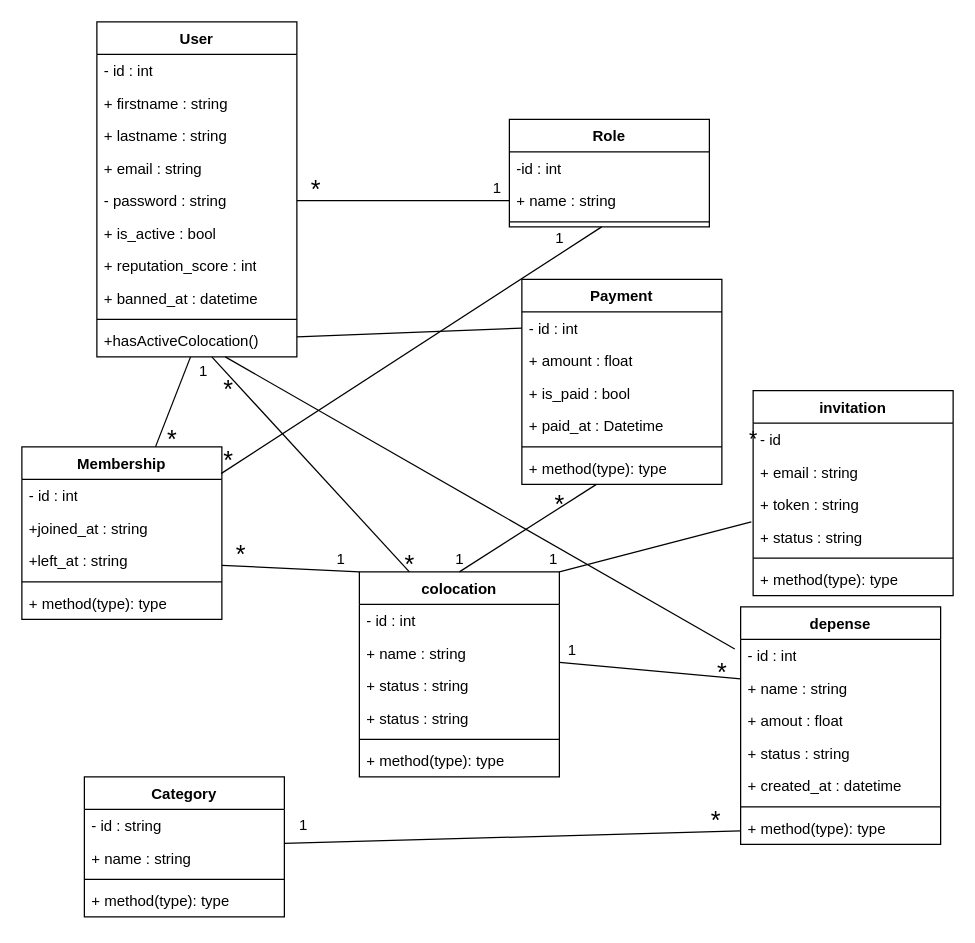
Earlier version of the draw.io diagram UML/class.drawio (selomrani/EasyColoc). Source tidied: cells renumbered, new cells numbered last; positions are measured from the earlier drawing's top-left corner, leaving out a move shared by most shapes. Both pictures are drawn from the tidied source at 125%, with x=0, y=0 at pixel (21, 21).
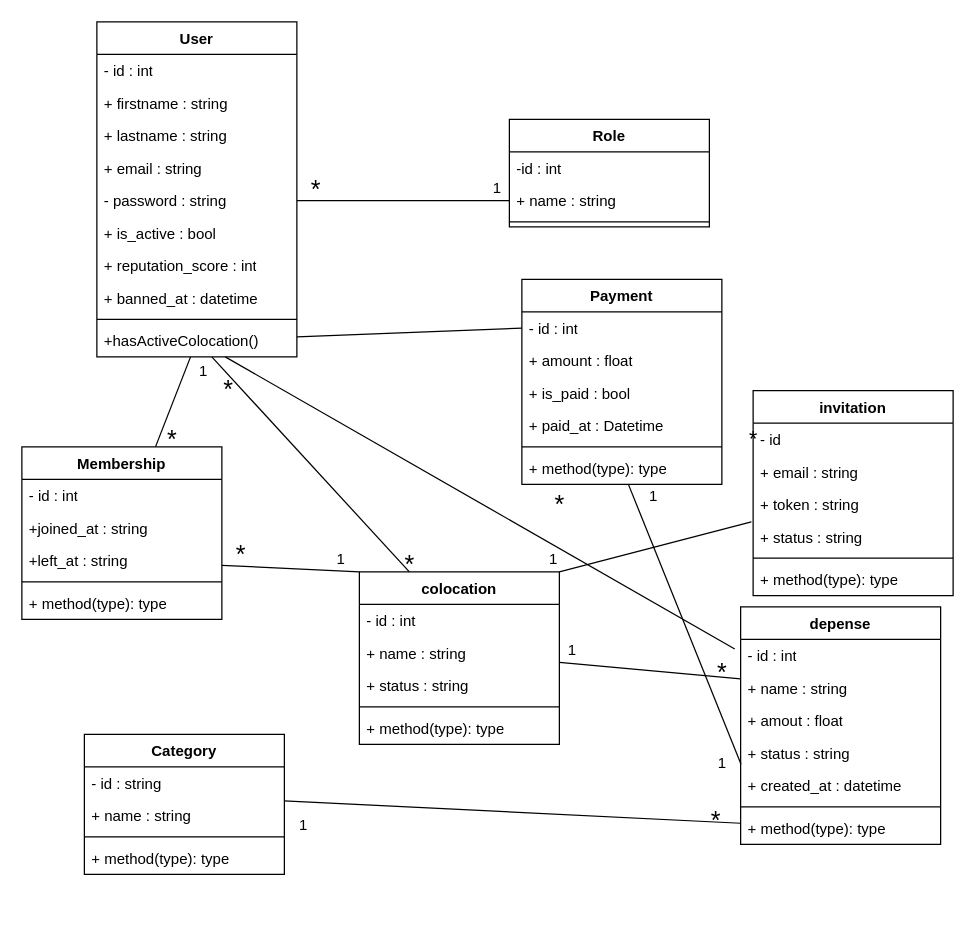
The same diagram, later.

Unchanged cells that the change refers to:
```xml
<mxCell id="16" style="line;strokeWidth=1;fillColor=none;align=left;verticalAlign=middle;spacingTop=-1;spacingLeft=3;spacingRight=3;labelPosition=right;points=[];portConstraint=eastwest;strokeColor=inherit;" parent="13" vertex="1">
  <mxGeometry y="78" width="160" height="8" as="geometry" />
</mxCell>
<mxCell id="24" value="+ status : string" style="text;strokeColor=none;fillColor=none;align=left;verticalAlign=top;spacingLeft=4;spacingRight=4;overflow=hidden;points=[[0,0.5],[1,0.5]];portConstraint=eastwest;whiteSpace=wrap;html=1;" parent="20" vertex="1">
  <mxGeometry y="104" width="160" height="26" as="geometry" />
</mxCell>
<mxCell id="35" value="Membership" style="swimlane;fontStyle=1;align=center;verticalAlign=top;horizontal=1;startSize=26;whiteSpace=wrap;html=1;" parent="1" vertex="1">
  <mxGeometry y="340" width="160" height="138" as="geometry" />
</mxCell>
<mxCell id="52" value="+ method(type): type" style="text;strokeColor=none;fillColor=none;align=left;verticalAlign=top;spacingLeft=4;spacingRight=4;overflow=hidden;points=[[0,0.5],[1,0.5]];portConstraint=eastwest;whiteSpace=wrap;html=1;" parent="46" vertex="1">
  <mxGeometry y="138" width="160" height="26" as="geometry" />
</mxCell>
```

Change to the diagram source:
```diff
@@
     <mxCell id="41" value="Category" style="swimlane;fontStyle=1;align=center;verticalAlign=top;horizontal=1;startSize=26;whiteSpace=wrap;html=1;" parent="1" vertex="1">
-      <mxGeometry x="50" y="604" width="160" height="112" as="geometry" />
+      <mxGeometry x="50" y="570" width="160" height="112" as="geometry" />
     </mxCell>
@@
     <mxCell id="53" value="colocation" style="swimlane;fontStyle=1;align=center;verticalAlign=top;horizontal=1;startSize=26;whiteSpace=wrap;html=1;" parent="1" vertex="1">
-      <mxGeometry x="270" y="440" width="160" height="164" as="geometry" />
+      <mxGeometry x="270" y="440" width="160" height="138" as="geometry" />
     </mxCell>
@@
-    <mxCell id="57" value="+ status : string" style="text;strokeColor=none;fillColor=none;align=left;verticalAlign=top;spacingLeft=4;spacingRight=4;overflow=hidden;whiteSpace=wrap;html=1;" parent="53" vertex="1">
-      <mxGeometry y="104" width="160" height="26" as="geometry" />
-    </mxCell>
     <mxCell id="58" style="line;strokeWidth=1;fillColor=none;align=left;verticalAlign=middle;spacingTop=-1;spacingLeft=3;spacingRight=3;labelPosition=right;strokeColor=inherit;" parent="53" vertex="1">
-      <mxGeometry y="130" width="160" height="8" as="geometry" />
+      <mxGeometry y="104" width="160" height="8" as="geometry" />
     </mxCell>
     <mxCell id="59" value="+ method(type): type" style="text;strokeColor=none;fillColor=none;align=left;verticalAlign=top;spacingLeft=4;spacingRight=4;overflow=hidden;whiteSpace=wrap;html=1;" parent="53" vertex="1">
-      <mxGeometry y="138" width="160" height="26" as="geometry" />
+      <mxGeometry y="112" width="160" height="26" as="geometry" />
     </mxCell>
@@
-    <mxCell id="75" style="edgeStyle=none;html=1;entryX=0.996;entryY=0.155;entryDx=0;entryDy=0;entryPerimeter=0;endArrow=none;endFill=0;" parent="1" edge="1" source="16" target="35">
-      <mxGeometry relative="1" as="geometry" />
-    </mxCell>
-    <mxCell id="76" value="&lt;font style=&quot;font-size: 20px;&quot;&gt;*&lt;/font&gt;" style="text;html=1;align=center;verticalAlign=middle;strokeColor=none;fillColor=none;" parent="1" vertex="1">
-      <mxGeometry x="150" y="330" width="30" height="40" as="geometry" />
-    </mxCell>
-    <mxCell id="77" value="1" style="text;html=1;align=center;verticalAlign=middle;strokeColor=none;fillColor=none;" parent="1" vertex="1">
-      <mxGeometry x="415" y="158" width="30" height="30" as="geometry" />
-    </mxCell>
-    <mxCell id="78" style="edgeStyle=none;html=1;entryX=0.5;entryY=0;entryDx=0;entryDy=0;endArrow=none;endFill=0;" parent="1" edge="1" source="52" target="53">
+    <mxCell id="78" style="edgeStyle=none;html=1;entryX=0.002;entryY=0.842;entryDx=0;entryDy=0;endArrow=none;endFill=0;entryPerimeter=0;" parent="1" edge="1" source="52" target="24">
       <mxGeometry relative="1" as="geometry" />
     </mxCell>
@@
-    <mxCell id="80" value="1" style="text;html=1;align=center;verticalAlign=middle;strokeColor=none;fillColor=none;" parent="1" vertex="1">
-      <mxGeometry x="335" y="415" width="30" height="30" as="geometry" />
-    </mxCell>
@@
+    <mxCell id="86" value="1" style="text;html=1;align=center;verticalAlign=middle;strokeColor=none;fillColor=none;" parent="1" vertex="1">
+      <mxGeometry x="490" y="365" width="30" height="30" as="geometry" />
+    </mxCell>
+    <mxCell id="87" value="1" style="text;html=1;align=center;verticalAlign=middle;strokeColor=none;fillColor=none;" parent="1" vertex="1">
+      <mxGeometry x="545" y="578" width="30" height="30" as="geometry" />
+    </mxCell>
```
